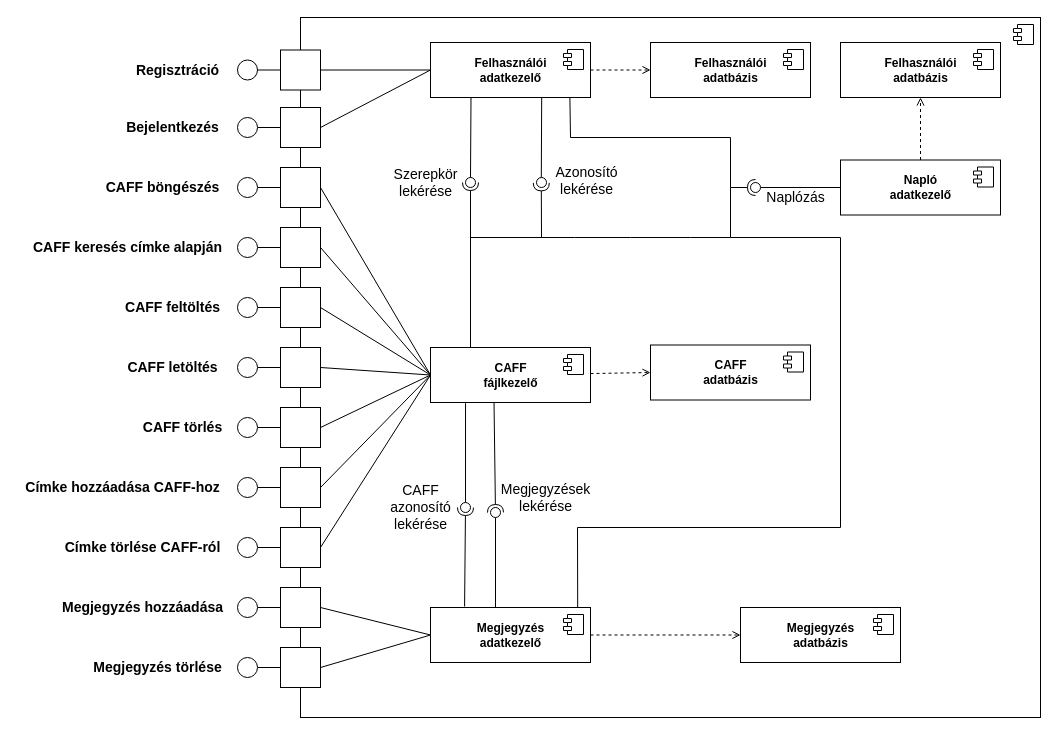
This is doc/editable_files/component.drawio from amadehegedus/cool, a draw.io file, before an edit. Source tidied: cells renumbered, new cells numbered last; positions are measured from the earlier drawing's top-left corner, leaving out a move shared by most shapes. Both pictures are drawn from the tidied source at 100%, with x=0, y=0 at pixel (17, 17).
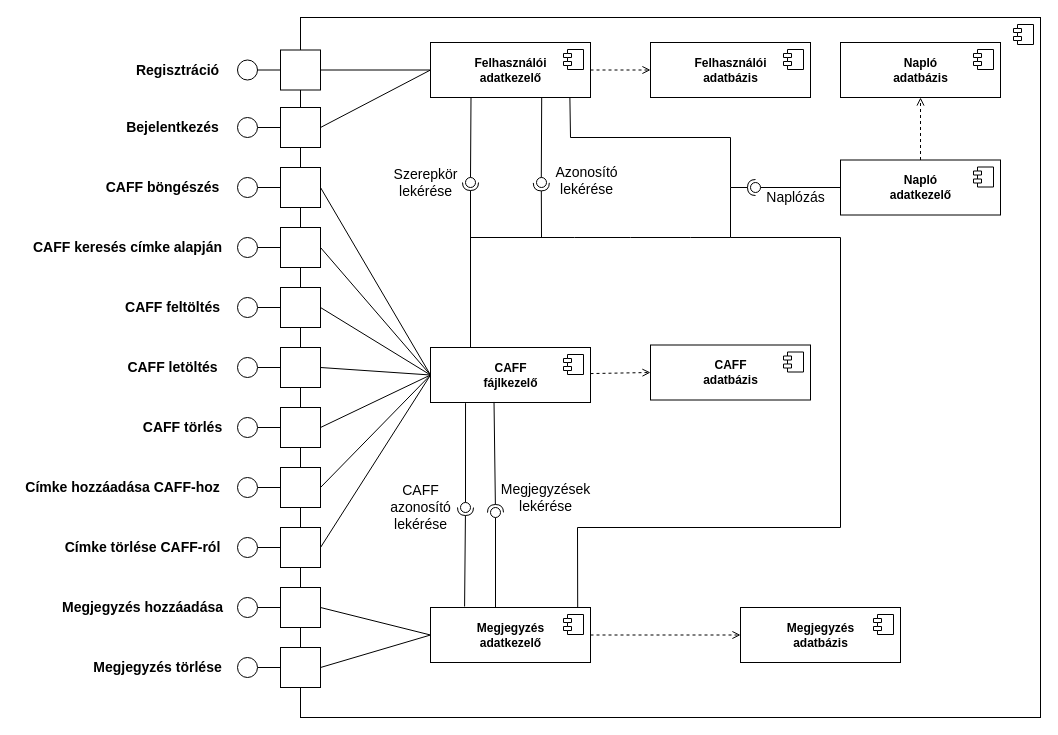
The same page after the edit.

What changed in the source:
```diff
@@
-    <mxCell id="59" value="&lt;b&gt;Felhasználói&lt;br&gt;adatbázis&lt;/b&gt;" style="html=1;" parent="1" vertex="1">
+    <mxCell id="59" value="&lt;b&gt;Napló&lt;br&gt;adatbázis&lt;/b&gt;" style="html=1;" parent="1" vertex="1">
       <mxGeometry x="823" y="25" width="160" height="55" as="geometry" />
     </mxCell>
```
